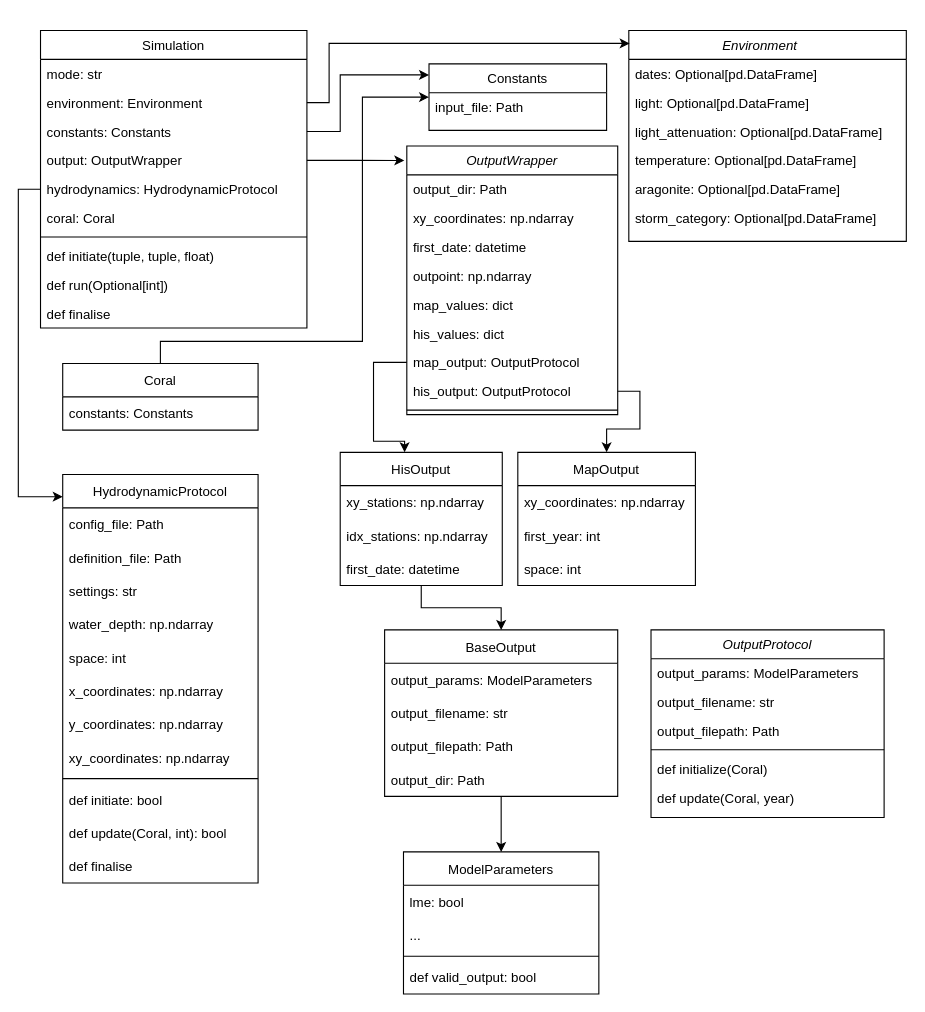
This is docs/diagrams/general_class_diagram.drawio from Deltares-research/NBSDynamics, a draw.io file, before an edit. Source tidied: cells renumbered, new cells numbered last; positions are measured from the earlier drawing's top-left corner, leaving out a move shared by most shapes. Both pictures are drawn from the tidied source at 111%, with x=0, y=0 at pixel (18, 30).
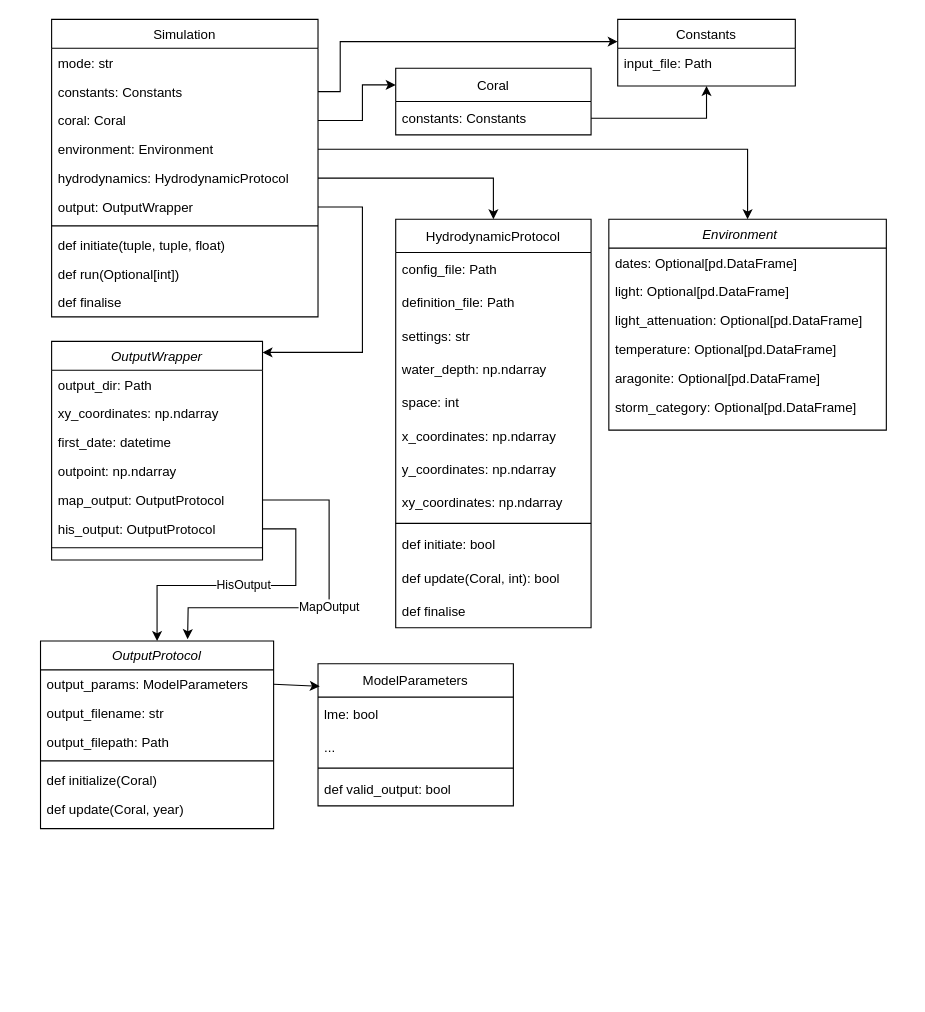
After the change.

The change refers to these unchanged cells:
```xml
<mxCell id="34" value="output_params: ModelParameters" style="text;align=left;verticalAlign=top;spacingLeft=4;spacingRight=4;overflow=hidden;points=[[0,0.5],[1,0.5]];portConstraint=eastwest;" parent="33" vertex="1">
  <mxGeometry y="26" width="210" height="26" as="geometry" />
</mxCell>
<mxCell id="78" value="constants: Constants" style="text;strokeColor=none;fillColor=none;align=left;verticalAlign=middle;spacingLeft=4;spacingRight=4;overflow=hidden;points=[[0,0.5],[1,0.5]];portConstraint=eastwest;" parent="77" vertex="1">
  <mxGeometry y="30" width="176" height="30" as="geometry" />
</mxCell>
```

The edit, as a diff of the source:
```diff
@@
     <mxCell id="2" value="Environment    " style="swimlane;fontStyle=2;align=center;verticalAlign=top;horizontal=1;startSize=26;rounded=0;shadow=0;strokeWidth=1;" parent="1" vertex="1">
-      <mxGeometry x="550" width="250" height="190" as="geometry" />
+      <mxGeometry x="532" y="170" width="250" height="190" as="geometry" />
     </mxCell>
@@
     <mxCell id="9" value="Constants" style="swimlane;fontStyle=0;align=center;verticalAlign=top;horizontal=1;startSize=26;rounded=0;shadow=0;strokeWidth=1;" parent="1" vertex="1">
-      <mxGeometry x="370" y="30" width="160" height="60" as="geometry" />
+      <mxGeometry x="540" y="-10" width="160" height="60" as="geometry" />
     </mxCell>
@@
     <mxCell id="11" value="Simulation" style="swimlane;fontStyle=0;align=center;verticalAlign=top;horizontal=1;startSize=26;rounded=0;shadow=0;strokeWidth=1;" parent="1" vertex="1">
-      <mxGeometry x="20" width="240" height="268" as="geometry" />
+      <mxGeometry x="30" y="-10" width="240" height="268" as="geometry" />
     </mxCell>
@@
+    <mxCell id="14" value="constants: Constants" style="text;align=left;verticalAlign=top;spacingLeft=4;spacingRight=4;overflow=hidden;points=[[0,0.5],[1,0.5]];portConstraint=eastwest;rounded=0;shadow=0;html=0;" parent="11" vertex="1">
+      <mxGeometry y="52" width="240" height="26" as="geometry" />
+    </mxCell>
+    <mxCell id="17" value="coral: Coral" style="text;align=left;verticalAlign=top;spacingLeft=4;spacingRight=4;overflow=hidden;points=[[0,0.5],[1,0.5]];portConstraint=eastwest;rounded=0;shadow=0;html=0;" parent="11" vertex="1">
+      <mxGeometry y="78" width="240" height="26" as="geometry" />
+    </mxCell>
     <mxCell id="13" value="environment: Environment" style="text;align=left;verticalAlign=top;spacingLeft=4;spacingRight=4;overflow=hidden;points=[[0,0.5],[1,0.5]];portConstraint=eastwest;" parent="11" vertex="1">
-      <mxGeometry y="52" width="240" height="26" as="geometry" />
+      <mxGeometry y="104" width="240" height="26" as="geometry" />
     </mxCell>
-    <mxCell id="14" value="constants: Constants" style="text;align=left;verticalAlign=top;spacingLeft=4;spacingRight=4;overflow=hidden;points=[[0,0.5],[1,0.5]];portConstraint=eastwest;rounded=0;shadow=0;html=0;" parent="11" vertex="1">
-      <mxGeometry y="78" width="240" height="26" as="geometry" />
-    </mxCell>
+    <mxCell id="16" value="hydrodynamics: HydrodynamicProtocol" style="text;align=left;verticalAlign=top;spacingLeft=4;spacingRight=4;overflow=hidden;points=[[0,0.5],[1,0.5]];portConstraint=eastwest;rounded=0;shadow=0;html=0;" parent="11" vertex="1">
+      <mxGeometry y="130" width="240" height="26" as="geometry" />
+    </mxCell>
     <mxCell id="15" value="output: OutputWrapper" style="text;align=left;verticalAlign=top;spacingLeft=4;spacingRight=4;overflow=hidden;points=[[0,0.5],[1,0.5]];portConstraint=eastwest;rounded=0;shadow=0;html=0;" parent="11" vertex="1">
-      <mxGeometry y="104" width="240" height="26" as="geometry" />
+      <mxGeometry y="156" width="240" height="26" as="geometry" />
     </mxCell>
-    <mxCell id="16" value="hydrodynamics: HydrodynamicProtocol" style="text;align=left;verticalAlign=top;spacingLeft=4;spacingRight=4;overflow=hidden;points=[[0,0.5],[1,0.5]];portConstraint=eastwest;rounded=0;shadow=0;html=0;" parent="11" vertex="1">
-      <mxGeometry y="130" width="240" height="26" as="geometry" />
-    </mxCell>
-    <mxCell id="17" value="coral: Coral" style="text;align=left;verticalAlign=top;spacingLeft=4;spacingRight=4;overflow=hidden;points=[[0,0.5],[1,0.5]];portConstraint=eastwest;rounded=0;shadow=0;html=0;" parent="11" vertex="1">
-      <mxGeometry y="156" width="240" height="26" as="geometry" />
-    </mxCell>
@@
-    <mxCell id="22" style="edgeStyle=orthogonalEdgeStyle;rounded=0;jettySize=auto;html=1;" parent="1" edge="1" source="14" target="9">
+    <mxCell id="22" style="edgeStyle=orthogonalEdgeStyle;rounded=0;jettySize=auto;html=1;exitX=1;exitY=0.5;exitDx=0;exitDy=0;" parent="1" edge="1" source="14" target="9">
       <mxGeometry relative="1" as="geometry">
         <Array as="points">
-          <mxPoint x="290" y="91" />
-          <mxPoint x="290" y="40" />
+          <mxPoint x="290" y="55" />
+          <mxPoint x="290" y="10" />
         </Array>
       </mxGeometry>
     </mxCell>
     <mxCell id="23" value="OutputWrapper" style="swimlane;fontStyle=2;align=center;verticalAlign=top;horizontal=1;startSize=26;rounded=0;shadow=0;strokeWidth=1;" parent="1" vertex="1">
-      <mxGeometry x="350" y="104" width="190" height="242" as="geometry" />
+      <mxGeometry x="30" y="280" width="190" height="197" as="geometry" />
     </mxCell>
@@
-    <mxCell id="28" value="map_values: dict" style="text;align=left;verticalAlign=top;spacingLeft=4;spacingRight=4;overflow=hidden;" parent="23" vertex="1">
-      <mxGeometry y="130" width="190" height="26" as="geometry" />
-    </mxCell>
-    <mxCell id="29" value="his_values: dict" style="text;align=left;verticalAlign=top;spacingLeft=4;spacingRight=4;overflow=hidden;" parent="23" vertex="1">
-      <mxGeometry y="156" width="190" height="26" as="geometry" />
-    </mxCell>
     <mxCell id="30" value="map_output: OutputProtocol" style="text;align=left;verticalAlign=top;spacingLeft=4;spacingRight=4;overflow=hidden;points=[[0,0.5],[1,0.5]];portConstraint=eastwest;" parent="23" vertex="1">
-      <mxGeometry y="182" width="190" height="26" as="geometry" />
+      <mxGeometry y="130" width="190" height="26" as="geometry" />
     </mxCell>
     <mxCell id="31" value="his_output: OutputProtocol" style="text;align=left;verticalAlign=top;spacingLeft=4;spacingRight=4;overflow=hidden;points=[[0,0.5],[1,0.5]];portConstraint=eastwest;" parent="23" vertex="1">
-      <mxGeometry y="208" width="190" height="26" as="geometry" />
+      <mxGeometry y="156" width="190" height="26" as="geometry" />
     </mxCell>
     <mxCell id="32" style="line;html=1;strokeWidth=1;align=left;verticalAlign=middle;spacingTop=-1;spacingLeft=3;spacingRight=3;labelPosition=right;" parent="23" vertex="1">
-      <mxGeometry y="234" width="190" height="8" as="geometry" />
+      <mxGeometry y="182" width="190" height="8" as="geometry" />
     </mxCell>
     <mxCell id="33" value="OutputProtocol" style="swimlane;fontStyle=2;align=center;verticalAlign=top;horizontal=1;startSize=26;rounded=0;shadow=0;strokeWidth=1;" parent="1" vertex="1">
-      <mxGeometry x="570" y="540" width="210" height="169" as="geometry" />
+      <mxGeometry x="20" y="550" width="210" height="169" as="geometry" />
     </mxCell>
@@
-    <mxCell id="40" style="edgeStyle=orthogonalEdgeStyle;rounded=0;jettySize=auto;html=1;" parent="1" edge="1" source="41" target="53">
-      <mxGeometry relative="1" as="geometry" />
-    </mxCell>
-    <mxCell id="41" value="HisOutput" style="swimlane;fontStyle=0;horizontal=1;startSize=30;" parent="1" vertex="1">
-      <mxGeometry x="290" y="380" width="146" height="120" as="geometry" />
-    </mxCell>
-    <mxCell id="42" value="xy_stations: np.ndarray" style="text;strokeColor=none;fillColor=none;align=left;verticalAlign=middle;spacingLeft=4;spacingRight=4;overflow=hidden;" parent="41" vertex="1">
-      <mxGeometry y="30" width="146" height="30" as="geometry" />
-    </mxCell>
-    <mxCell id="43" value="idx_stations: np.ndarray" style="text;strokeColor=none;fillColor=none;align=left;verticalAlign=middle;spacingLeft=4;spacingRight=4;overflow=hidden;" parent="41" vertex="1">
-      <mxGeometry y="60" width="146" height="30" as="geometry" />
-    </mxCell>
-    <mxCell id="44" value="first_date: datetime" style="text;strokeColor=none;fillColor=none;align=left;verticalAlign=middle;spacingLeft=4;spacingRight=4;overflow=hidden;" parent="41" vertex="1">
-      <mxGeometry y="90" width="146" height="30" as="geometry" />
-    </mxCell>
-    <mxCell id="45" style="edgeStyle=orthogonalEdgeStyle;rounded=0;jettySize=auto;html=1;exitX=0;exitY=0.5;exitDx=0;exitDy=0;" parent="1" edge="1" source="30" target="41">
-      <mxGeometry relative="1" as="geometry">
-        <Array as="points">
-          <mxPoint x="320" y="299" />
-          <mxPoint x="320" y="370" />
-          <mxPoint x="348" y="370" />
-        </Array>
-      </mxGeometry>
-    </mxCell>
-    <mxCell id="46" value="MapOutput" style="swimlane;fontStyle=0;horizontal=1;startSize=30;" parent="1" vertex="1">
-      <mxGeometry x="450" y="380" width="160" height="120" as="geometry" />
-    </mxCell>
-    <mxCell id="47" value="xy_coordinates: np.ndarray" style="text;strokeColor=none;fillColor=none;align=left;verticalAlign=middle;spacingLeft=4;spacingRight=4;overflow=hidden;" parent="46" vertex="1">
-      <mxGeometry y="30" width="160" height="30" as="geometry" />
-    </mxCell>
-    <mxCell id="48" value="first_year: int" style="text;strokeColor=none;fillColor=none;align=left;verticalAlign=middle;spacingLeft=4;spacingRight=4;overflow=hidden;" parent="46" vertex="1">
-      <mxGeometry y="60" width="160" height="30" as="geometry" />
-    </mxCell>
-    <mxCell id="49" value="space: int" style="text;strokeColor=none;fillColor=none;align=left;verticalAlign=middle;spacingLeft=4;spacingRight=4;overflow=hidden;" parent="46" vertex="1">
-      <mxGeometry y="90" width="160" height="30" as="geometry" />
-    </mxCell>
-    <mxCell id="50" style="edgeStyle=orthogonalEdgeStyle;rounded=0;jettySize=auto;html=1;entryX=0.003;entryY=0.061;entryDx=0;entryDy=0;entryPerimeter=0;" parent="1" edge="1" source="13" target="2">
-      <mxGeometry relative="1" as="geometry">
-        <Array as="points">
-          <mxPoint x="280" y="65" />
-          <mxPoint x="280" y="12" />
-        </Array>
-      </mxGeometry>
-    </mxCell>
-    <mxCell id="51" style="edgeStyle=orthogonalEdgeStyle;rounded=0;jettySize=auto;html=1;entryX=-0.012;entryY=0.054;entryDx=0;entryDy=0;entryPerimeter=0;" parent="1" edge="1" source="15" target="23">
-      <mxGeometry relative="1" as="geometry" />
+    <mxCell id="51" style="edgeStyle=orthogonalEdgeStyle;rounded=0;jettySize=auto;html=1;exitX=1;exitY=0.5;exitDx=0;exitDy=0;" parent="1" edge="1" source="15" target="23">
+      <mxGeometry relative="1" as="geometry">
+        <Array as="points">
+          <mxPoint x="310" y="159" />
+          <mxPoint x="310" y="290" />
+          <mxPoint x="125" y="290" />
+        </Array>
+      </mxGeometry>
     </mxCell>
-    <mxCell id="52" style="edgeStyle=orthogonalEdgeStyle;rounded=0;jettySize=auto;html=1;" parent="1" edge="1" source="31" target="46">
-      <mxGeometry relative="1" as="geometry" />
-    </mxCell>
-    <mxCell id="53" value="BaseOutput" style="swimlane;fontStyle=0;horizontal=1;startSize=30;" parent="1" vertex="1">
-      <mxGeometry x="330" y="540" width="210" height="150" as="geometry" />
-    </mxCell>
-    <mxCell id="54" value="output_params: ModelParameters" style="text;strokeColor=none;fillColor=none;align=left;verticalAlign=middle;spacingLeft=4;spacingRight=4;overflow=hidden;" parent="53" vertex="1">
-      <mxGeometry y="30" width="210" height="30" as="geometry" />
-    </mxCell>
-    <mxCell id="55" value="output_filename: str" style="text;strokeColor=none;fillColor=none;align=left;verticalAlign=middle;spacingLeft=4;spacingRight=4;overflow=hidden;" parent="53" vertex="1">
-      <mxGeometry y="60" width="210" height="30" as="geometry" />
-    </mxCell>
-    <mxCell id="56" value="output_filepath: Path" style="text;strokeColor=none;fillColor=none;align=left;verticalAlign=middle;spacingLeft=4;spacingRight=4;overflow=hidden;" parent="53" vertex="1">
-      <mxGeometry y="90" width="210" height="30" as="geometry" />
-    </mxCell>
-    <mxCell id="57" value="output_dir: Path" style="text;strokeColor=none;fillColor=none;align=left;verticalAlign=middle;spacingLeft=4;spacingRight=4;overflow=hidden;" parent="53" vertex="1">
-      <mxGeometry y="120" width="210" height="30" as="geometry" />
-    </mxCell>
     <mxCell id="58" value="ModelParameters" style="swimlane;fontStyle=0;horizontal=1;startSize=30;" parent="1" vertex="1">
-      <mxGeometry x="347" y="740" width="176" height="128" as="geometry" />
+      <mxGeometry x="270" y="570.5" width="176" height="128" as="geometry" />
     </mxCell>
@@
     <mxCell id="63" value="HydrodynamicProtocol" style="swimlane;fontStyle=0;horizontal=1;startSize=30;" parent="1" vertex="1">
-      <mxGeometry x="40" y="400" width="176" height="368" as="geometry" />
+      <mxGeometry x="340" y="170" width="176" height="368" as="geometry" />
     </mxCell>
@@
-    <mxCell id="76" style="edgeStyle=orthogonalEdgeStyle;rounded=0;jettySize=auto;html=1;" parent="1" edge="1" source="16" target="63">
+    <mxCell id="76" style="edgeStyle=orthogonalEdgeStyle;rounded=0;jettySize=auto;html=1;exitX=1;exitY=0.5;exitDx=0;exitDy=0;" parent="1" edge="1" source="16" target="63">
       <mxGeometry relative="1" as="geometry">
         <Array as="points">
-          <mxPoint y="143" />
-          <mxPoint y="420" />
+          <mxPoint x="428" y="133" />
         </Array>
       </mxGeometry>
     </mxCell>
     <mxCell id="77" value="Coral" style="swimlane;fontStyle=0;horizontal=1;startSize=30;" parent="1" vertex="1">
-      <mxGeometry x="40" y="300" width="176" height="60" as="geometry" />
+      <mxGeometry x="340" y="34" width="176" height="60" as="geometry" />
     </mxCell>
@@
-    <mxCell id="79" style="edgeStyle=orthogonalEdgeStyle;rounded=0;jettySize=auto;html=1;exitX=0.5;exitY=0;exitDx=0;exitDy=0;" parent="1" edge="1" source="77" target="9">
-      <mxGeometry relative="1" as="geometry">
-        <Array as="points">
-          <mxPoint x="128" y="280" />
-          <mxPoint x="310" y="280" />
-          <mxPoint x="310" y="60" />
-        </Array>
-      </mxGeometry>
-    </mxCell>
-    <mxCell id="80" style="endArrow=classic;html=1;rounded=0;entryX=0.5;entryY=0;entryDx=0;entryDy=0;" parent="1" edge="1" source="53" target="58">
-      <mxGeometry relative="1" as="geometry" />
-    </mxCell>
+    <mxCell id="81" style="endArrow=classic;html=1;rounded=0;exitX=1;exitY=0.5;exitDx=0;exitDy=0;entryX=0.009;entryY=0.159;entryDx=0;entryDy=0;entryPerimeter=0;" parent="1" edge="1" source="34" target="58">
+      <mxGeometry relative="1" as="geometry" />
+    </mxCell>
+    <mxCell id="82" style="endArrow=classic;html=1;rounded=0;entryX=0;entryY=0.25;entryDx=0;entryDy=0;exitX=1;exitY=0.5;exitDx=0;exitDy=0;" parent="1" edge="1" source="17" target="77">
+      <mxGeometry relative="1" as="geometry">
+        <Array as="points">
+          <mxPoint x="310" y="81" />
+          <mxPoint x="310" y="49" />
+        </Array>
+      </mxGeometry>
+    </mxCell>
+    <mxCell id="83" style="endArrow=classic;html=1;rounded=0;entryX=0.5;entryY=1;entryDx=0;entryDy=0;" parent="1" edge="1" source="78" target="9">
+      <mxGeometry relative="1" as="geometry">
+        <Array as="points">
+          <mxPoint x="620" y="79" />
+        </Array>
+      </mxGeometry>
+    </mxCell>
+    <mxCell id="50" style="edgeStyle=orthogonalEdgeStyle;rounded=0;jettySize=auto;html=1;exitX=1;exitY=0.5;exitDx=0;exitDy=0;entryX=0.5;entryY=0;entryDx=0;entryDy=0;" parent="1" edge="1" source="13" target="2">
+      <mxGeometry relative="1" as="geometry">
+        <Array as="points">
+          <mxPoint x="657" y="107" />
+        </Array>
+      </mxGeometry>
+    </mxCell>
+    <mxCell id="41" value="HisOutput" style="endArrow=classic;html=1;rounded=0;exitX=1;exitY=0.5;exitDx=0;exitDy=0;entryX=0.5;entryY=0;entryDx=0;entryDy=0;" parent="1" edge="1" source="31" target="33">
+      <mxGeometry relative="1" as="geometry">
+        <Array as="points">
+          <mxPoint x="250" y="449" />
+          <mxPoint x="250" y="500" />
+          <mxPoint x="125" y="500" />
+          <mxPoint x="125" y="540" />
+        </Array>
+      </mxGeometry>
+    </mxCell>
+    <mxCell id="46" value="MapOutput" style="endArrow=classic;html=1;rounded=0;exitX=1;exitY=0.5;exitDx=0;exitDy=0;entryX=0.631;entryY=-0.01;entryDx=0;entryDy=0;entryPerimeter=0;" parent="1" edge="1" source="30" target="33">
+      <mxGeometry relative="1" as="geometry">
+        <Array as="points">
+          <mxPoint x="280" y="423" />
+          <mxPoint x="280" y="520" />
+          <mxPoint x="153" y="520" />
+        </Array>
+      </mxGeometry>
+    </mxCell>
```
